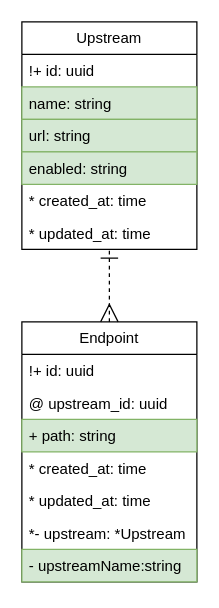
Before: page "ApiGateway" (2 of 3) of docs/entity_relationship.drawio in IrusHunter/duckademic, a draw.io diagram. Source tidied: cells renumbered, new cells numbered last; positions are measured from the earlier drawing's top-left corner, leaving out a move shared by most shapes. Both pictures are drawn from the tidied source at 125%, with x=0, y=0 at pixel (21, 21).
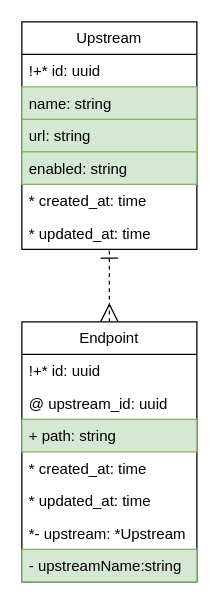
The same page after the edit.

What changed in the source:
```diff
@@
 <mxGraphModel>
   <root>
     <mxCell id="0" />
     <mxCell id="1" parent="0" />
     <mxCell id="2" style="edgeStyle=none;html=1;dashed=1;startArrow=ERmany;startFill=0;endArrow=ERone;endFill=0;endSize=12;startSize=12;" parent="1" edge="1" source="10" target="3">
       <mxGeometry relative="1" as="geometry" />
     </mxCell>
     <mxCell id="3" value="Upstream" style="swimlane;fontStyle=0;horizontal=1;startSize=26;fillColor=none;whiteSpace=wrap;html=1;" parent="1" vertex="1">
       <mxGeometry width="140" height="182" as="geometry" />
     </mxCell>
-    <mxCell id="4" value="!+&amp;nbsp;id: uuid" style="text;strokeColor=none;fillColor=none;align=left;verticalAlign=top;spacingLeft=4;spacingRight=4;overflow=hidden;whiteSpace=wrap;html=1;" parent="3" vertex="1">
+    <mxCell id="4" value="!+* id: uuid" style="text;strokeColor=none;fillColor=none;align=left;verticalAlign=top;spacingLeft=4;spacingRight=4;overflow=hidden;whiteSpace=wrap;html=1;" parent="3" vertex="1">
       <mxGeometry y="26" width="140" height="26" as="geometry" />
     </mxCell>
     <mxCell id="5" value="name: string" style="text;strokeColor=#82b366;fillColor=#d5e8d4;align=left;verticalAlign=top;spacingLeft=4;spacingRight=4;overflow=hidden;whiteSpace=wrap;html=1;" parent="3" vertex="1">
       <mxGeometry y="52" width="140" height="26" as="geometry" />
     </mxCell>
     <mxCell id="6" value="url: string" style="text;strokeColor=#82b366;fillColor=#d5e8d4;align=left;verticalAlign=top;spacingLeft=4;spacingRight=4;overflow=hidden;whiteSpace=wrap;html=1;" parent="3" vertex="1">
       <mxGeometry y="78" width="140" height="26" as="geometry" />
     </mxCell>
     <mxCell id="7" value="enabled: string" style="text;strokeColor=#82b366;fillColor=#d5e8d4;align=left;verticalAlign=top;spacingLeft=4;spacingRight=4;overflow=hidden;whiteSpace=wrap;html=1;" parent="3" vertex="1">
       <mxGeometry y="104" width="140" height="26" as="geometry" />
     </mxCell>
     <mxCell id="8" value="* created_at: time" style="text;strokeColor=none;fillColor=none;align=left;verticalAlign=top;spacingLeft=4;spacingRight=4;overflow=hidden;whiteSpace=wrap;html=1;" parent="3" vertex="1">
       <mxGeometry y="130" width="140" height="26" as="geometry" />
     </mxCell>
     <mxCell id="9" value="* updated_at: time" style="text;strokeColor=none;fillColor=none;align=left;verticalAlign=top;spacingLeft=4;spacingRight=4;overflow=hidden;whiteSpace=wrap;html=1;" parent="3" vertex="1">
       <mxGeometry y="156" width="140" height="26" as="geometry" />
     </mxCell>
     <mxCell id="10" value="Endpoint" style="swimlane;fontStyle=0;horizontal=1;startSize=26;fillColor=none;whiteSpace=wrap;html=1;" parent="1" vertex="1">
       <mxGeometry y="240" width="140" height="208" as="geometry" />
     </mxCell>
-    <mxCell id="11" value="!+&amp;nbsp;id: uuid" style="text;strokeColor=none;fillColor=none;align=left;verticalAlign=top;spacingLeft=4;spacingRight=4;overflow=hidden;whiteSpace=wrap;html=1;" parent="10" vertex="1">
+    <mxCell id="11" value="!+* id: uuid" style="text;strokeColor=none;fillColor=none;align=left;verticalAlign=top;spacingLeft=4;spacingRight=4;overflow=hidden;whiteSpace=wrap;html=1;" parent="10" vertex="1">
       <mxGeometry y="26" width="140" height="26" as="geometry" />
     </mxCell>
     <mxCell id="12" value="@ upstream_id: uuid" style="text;strokeColor=none;fillColor=none;align=left;verticalAlign=top;spacingLeft=4;spacingRight=4;overflow=hidden;whiteSpace=wrap;html=1;" parent="10" vertex="1">
       <mxGeometry y="52" width="140" height="26" as="geometry" />
     </mxCell>
     <mxCell id="13" value="+ path: string" style="text;strokeColor=#82b366;fillColor=#d5e8d4;align=left;verticalAlign=top;spacingLeft=4;spacingRight=4;overflow=hidden;whiteSpace=wrap;html=1;" parent="10" vertex="1">
       <mxGeometry y="78" width="140" height="26" as="geometry" />
     </mxCell>
     <mxCell id="14" value="* created_at: time" style="text;strokeColor=none;fillColor=none;align=left;verticalAlign=top;spacingLeft=4;spacingRight=4;overflow=hidden;whiteSpace=wrap;html=1;" parent="10" vertex="1">
       <mxGeometry y="104" width="140" height="26" as="geometry" />
     </mxCell>
     <mxCell id="15" value="* updated_at: time" style="text;strokeColor=none;fillColor=none;align=left;verticalAlign=top;spacingLeft=4;spacingRight=4;overflow=hidden;whiteSpace=wrap;html=1;" parent="10" vertex="1">
       <mxGeometry y="130" width="140" height="26" as="geometry" />
     </mxCell>
     <mxCell id="16" value="*- upstream: *Upstream" style="text;strokeColor=none;fillColor=none;align=left;verticalAlign=top;spacingLeft=4;spacingRight=4;overflow=hidden;whiteSpace=wrap;html=1;" parent="10" vertex="1">
       <mxGeometry y="156" width="140" height="26" as="geometry" />
     </mxCell>
     <mxCell id="17" value="- upstreamName:string" style="text;strokeColor=#82b366;fillColor=#d5e8d4;align=left;verticalAlign=top;spacingLeft=4;spacingRight=4;overflow=hidden;whiteSpace=wrap;html=1;" parent="10" vertex="1">
       <mxGeometry y="182" width="140" height="26" as="geometry" />
     </mxCell>
   </root>
 </mxGraphModel>
```
